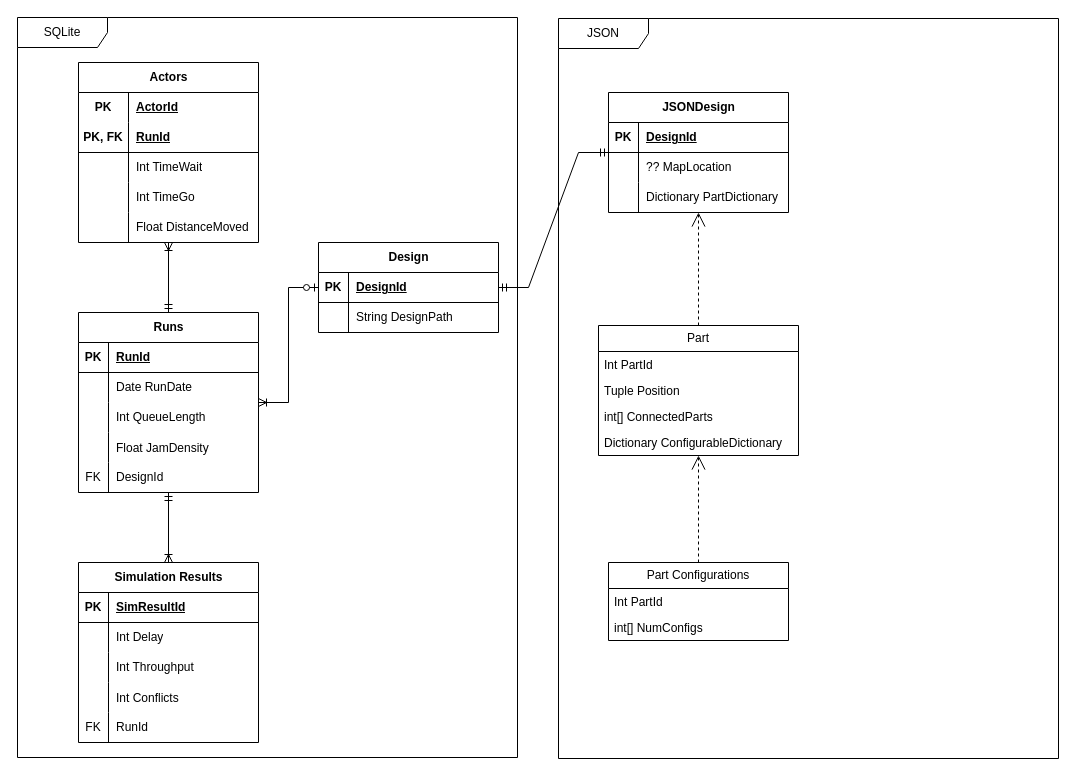
The draw.io diagram ERD.drawio in Team-Gala-JP/Team-Gala-JP, before the edit. Source tidied: cells renumbered, new cells numbered last; positions are measured from the earlier drawing's top-left corner, leaving out a move shared by most shapes. Both pictures are drawn from the tidied source at 100%, with x=0, y=0 at pixel (17, 17).
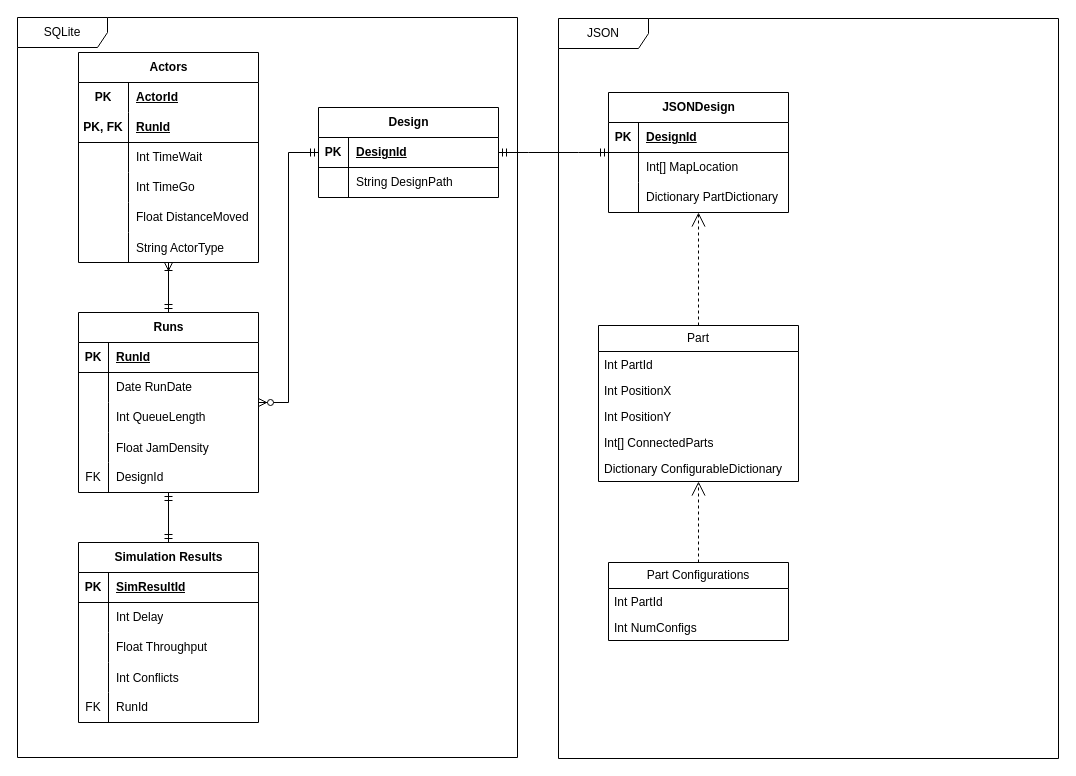
The same page after the edit.

Commit message:
Refined ERD

Unchanged cells that the change refers to:
```xml
<mxCell id="2" value="Runs" style="shape=table;startSize=30;childLayout=tableLayout;rowLines=0;fontStyle=1;align=center;html=1;" parent="1" vertex="1">
  <mxGeometry x="61" y="295" width="180" height="180" as="geometry" />
</mxCell>
<mxCell id="40" style="shape=tableRow;horizontal=0;startSize=0;swimlaneHead=0;swimlaneBody=0;fillColor=none;points=[[0,0.5],[1,0.5]];portConstraint=eastwest;top=0;left=0;right=0;bottom=0;" parent="27" vertex="1">
  <mxGeometry y="150" width="180" height="30" as="geometry" />
</mxCell>
<mxCell id="48" style="shape=tableRow;horizontal=0;startSize=0;swimlaneHead=0;swimlaneBody=0;fillColor=none;top=0;left=0;right=0;bottom=0;" parent="44" vertex="1">
  <mxGeometry y="60" width="180" height="30" as="geometry" />
</mxCell>
<mxCell id="69" style="shape=tableRow;horizontal=0;startSize=0;swimlaneHead=0;swimlaneBody=0;fillColor=none;top=0;left=0;right=0;bottom=0;" parent="62" vertex="1">
  <mxGeometry y="90" width="180" height="30" as="geometry" />
</mxCell>
<mxCell id="79" value="Part Configurations" style="swimlane;fontStyle=0;horizontal=1;startSize=26;fillColor=none;whiteSpace=wrap;html=1;" parent="1" vertex="1">
  <mxGeometry x="591" y="545" width="180" height="78" as="geometry" />
</mxCell>
```

Change to the diagram source:
```diff
@@
     <mxCell id="18" value="Design" style="shape=table;startSize=30;childLayout=tableLayout;rowLines=0;fontStyle=1;align=center;html=1;" parent="1" vertex="1">
-      <mxGeometry x="301" y="225" width="180" height="90" as="geometry" />
+      <mxGeometry x="301" y="90" width="180" height="90" as="geometry" />
     </mxCell>
@@
-    <mxCell id="25" style="edgeStyle=entityRelationEdgeStyle;fontSize=12;html=1;endArrow=ERoneToMany;startArrow=ERzeroToOne;rounded=0;" parent="1" edge="1" source="18" target="2">
-      <mxGeometry relative="1" as="geometry" />
-    </mxCell>
@@
     <mxCell id="27" value="Actors" style="shape=table;startSize=30;childLayout=tableLayout;rowLines=0;fontStyle=1;align=center;html=1;" parent="1" vertex="1">
-      <mxGeometry x="61" y="45" width="180" height="180" as="geometry" />
+      <mxGeometry x="61" y="35" width="180" height="210" as="geometry" />
     </mxCell>
@@
+    <mxCell id="83" style="shape=tableRow;horizontal=0;startSize=0;swimlaneHead=0;swimlaneBody=0;fillColor=none;top=0;left=0;right=0;bottom=0;" parent="27" vertex="1">
+      <mxGeometry y="180" width="180" height="30" as="geometry" />
+    </mxCell>
+    <mxCell id="84" style="shape=partialRectangle;fillColor=none;top=0;left=0;bottom=0;right=0;overflow=hidden;" parent="83" vertex="1">
+      <mxGeometry width="50" height="30" as="geometry" />
+    </mxCell>
+    <mxCell id="85" value="String ActorType" style="shape=partialRectangle;fillColor=none;top=0;left=0;bottom=0;right=0;align=left;spacingLeft=6;overflow=hidden;" parent="83" vertex="1">
+      <mxGeometry x="50" width="130" height="30" as="geometry" />
+    </mxCell>
-    <mxCell id="43" style="edgeStyle=orthogonalEdgeStyle;fontSize=12;html=1;endArrow=ERoneToMany;startArrow=ERmandOne;rounded=0;" parent="1" edge="1" source="2" target="40">
-      <mxGeometry relative="1" as="geometry">
-        <Array as="points">
-          <mxPoint x="151" y="295" />
-          <mxPoint x="151" y="295" />
-        </Array>
-      </mxGeometry>
+    <mxCell id="43" style="edgeStyle=orthogonalEdgeStyle;fontSize=12;html=1;endArrow=ERoneToMany;startArrow=ERmandOne;rounded=0;" parent="1" edge="1" source="2" target="27">
+      <mxGeometry relative="1" as="geometry" />
     </mxCell>
@@
-    <mxCell id="50" value="?? MapLocation" style="shape=partialRectangle;fillColor=none;top=0;left=0;bottom=0;right=0;align=left;spacingLeft=6;overflow=hidden;whiteSpace=wrap;html=1;" parent="48" vertex="1">
+    <mxCell id="50" value="Int[] MapLocation" style="shape=partialRectangle;fillColor=none;top=0;left=0;bottom=0;right=0;align=left;spacingLeft=6;overflow=hidden;whiteSpace=wrap;html=1;" parent="48" vertex="1">
       <mxGeometry x="30" width="150" height="30" as="geometry" />
     </mxCell>
@@
     <mxCell id="55" value="Part" style="swimlane;fontStyle=0;horizontal=1;startSize=26;fillColor=none;whiteSpace=wrap;html=1;" parent="1" vertex="1">
-      <mxGeometry x="581" y="308" width="200" height="130" as="geometry" />
+      <mxGeometry x="581" y="308" width="200" height="156" as="geometry" />
     </mxCell>
@@
-    <mxCell id="57" value="Tuple Position" style="text;strokeColor=none;fillColor=none;align=left;verticalAlign=top;spacingLeft=4;spacingRight=4;overflow=hidden;whiteSpace=wrap;html=1;" parent="55" vertex="1">
+    <mxCell id="57" value="Int PositionX" style="text;strokeColor=none;fillColor=none;align=left;verticalAlign=top;spacingLeft=4;spacingRight=4;overflow=hidden;whiteSpace=wrap;html=1;" parent="55" vertex="1">
       <mxGeometry y="52" width="200" height="26" as="geometry" />
     </mxCell>
+    <mxCell id="86" value="Int PositionY" style="text;strokeColor=none;fillColor=none;align=left;verticalAlign=top;spacingLeft=4;spacingRight=4;overflow=hidden;whiteSpace=wrap;html=1;" parent="55" vertex="1">
+      <mxGeometry y="78" width="200" height="26" as="geometry" />
+    </mxCell>
-    <mxCell id="58" value="int[] ConnectedParts" style="text;strokeColor=none;fillColor=none;align=left;verticalAlign=top;spacingLeft=4;spacingRight=4;overflow=hidden;whiteSpace=wrap;html=1;" parent="55" vertex="1">
-      <mxGeometry y="78" width="200" height="26" as="geometry" />
+    <mxCell id="58" value="Int[] ConnectedParts" style="text;strokeColor=none;fillColor=none;align=left;verticalAlign=top;spacingLeft=4;spacingRight=4;overflow=hidden;whiteSpace=wrap;html=1;" parent="55" vertex="1">
+      <mxGeometry y="104" width="200" height="26" as="geometry" />
     </mxCell>
     <mxCell id="59" value="Dictionary ConfigurableDictionary" style="text;strokeColor=none;fillColor=none;align=left;verticalAlign=top;spacingLeft=4;spacingRight=4;overflow=hidden;whiteSpace=wrap;html=1;" parent="55" vertex="1">
-      <mxGeometry y="104" width="200" height="26" as="geometry" />
+      <mxGeometry y="130" width="200" height="26" as="geometry" />
     </mxCell>
@@
     <mxCell id="62" value="Simulation Results" style="shape=table;startSize=30;childLayout=tableLayout;rowLines=0;fontStyle=1;align=center;html=1;" parent="1" vertex="1">
-      <mxGeometry x="61" y="545" width="180" height="180" as="geometry" />
+      <mxGeometry x="61" y="525" width="180" height="180" as="geometry" />
     </mxCell>
@@
-    <mxCell id="71" value="Int Throughput" style="shape=partialRectangle;fillColor=none;top=0;left=0;bottom=0;right=0;align=left;spacingLeft=6;overflow=hidden;whiteSpace=wrap;html=1;" parent="69" vertex="1">
+    <mxCell id="71" value="Float Throughput" style="shape=partialRectangle;fillColor=none;top=0;left=0;bottom=0;right=0;align=left;spacingLeft=6;overflow=hidden;whiteSpace=wrap;html=1;" parent="69" vertex="1">
       <mxGeometry x="30" width="150" height="30" as="geometry" />
     </mxCell>
@@
-    <mxCell id="78" style="edgeStyle=orthogonalEdgeStyle;fontSize=12;html=1;endArrow=ERoneToMany;startArrow=ERmandOne;rounded=0;" parent="1" edge="1" source="2" target="62">
-      <mxGeometry relative="1" as="geometry" />
-    </mxCell>
@@
-    <mxCell id="81" value="int[] NumConfigs" style="text;strokeColor=none;fillColor=none;align=left;verticalAlign=top;spacingLeft=4;spacingRight=4;overflow=hidden;whiteSpace=wrap;html=1;" parent="79" vertex="1">
+    <mxCell id="81" value="Int NumConfigs" style="text;strokeColor=none;fillColor=none;align=left;verticalAlign=top;spacingLeft=4;spacingRight=4;overflow=hidden;whiteSpace=wrap;html=1;" parent="79" vertex="1">
       <mxGeometry y="52" width="180" height="26" as="geometry" />
     </mxCell>
@@
+    <mxCell id="25" style="edgeStyle=entityRelationEdgeStyle;fontSize=12;html=1;endArrow=ERzeroToMany;startArrow=ERmandOne;rounded=0;" parent="1" edge="1" source="18" target="2">
+      <mxGeometry relative="1" as="geometry" />
+    </mxCell>
+    <mxCell id="87" style="edgeStyle=orthogonalEdgeStyle;fontSize=12;html=1;endArrow=ERmandOne;startArrow=ERmandOne;rounded=0;" parent="1" edge="1" source="62" target="2">
+      <mxGeometry relative="1" as="geometry" />
+    </mxCell>
```
